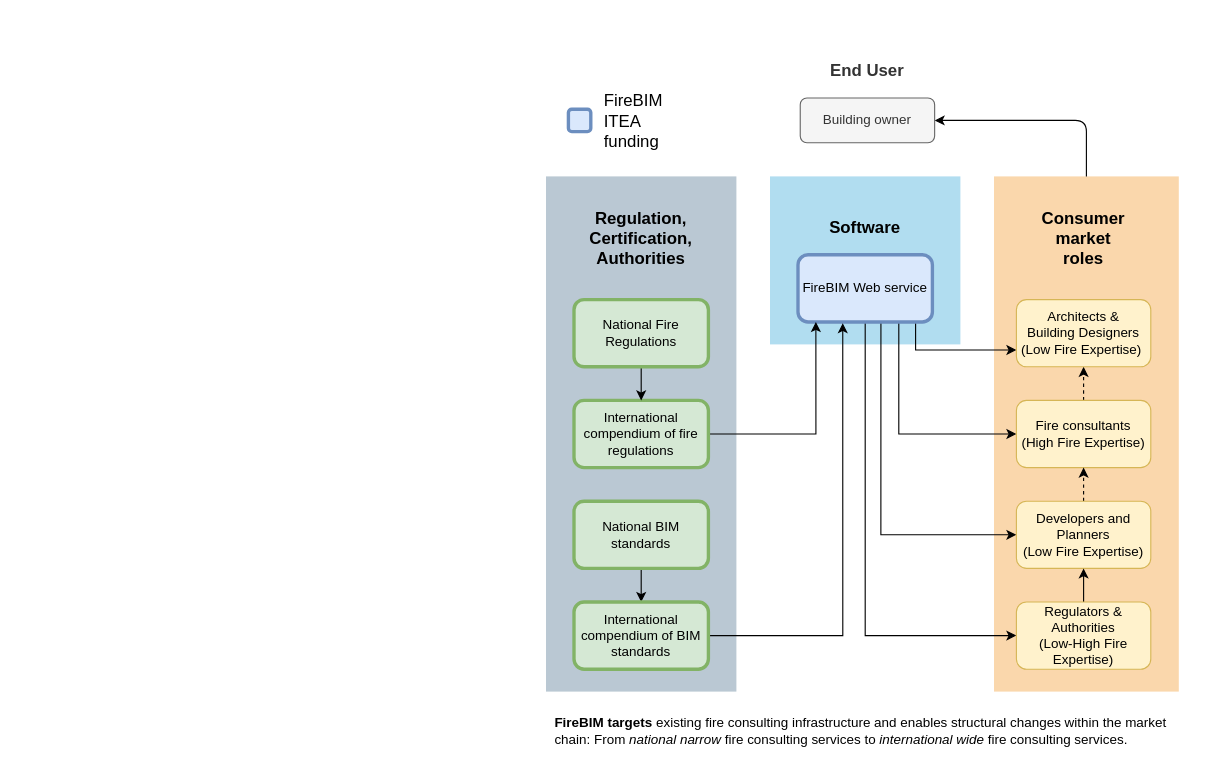
This is diagram/FireBIM Market Value Chain Ultra Lite.drawio from Kristoffernegendahl/fireBIM, a draw.io file, before an edit. Source tidied: cells renumbered, new cells numbered last; positions are measured from the earlier drawing's top-left corner, leaving out a move shared by most shapes. Both pictures are drawn from the tidied source at 112%, with x=0, y=0 at pixel (545, 41).
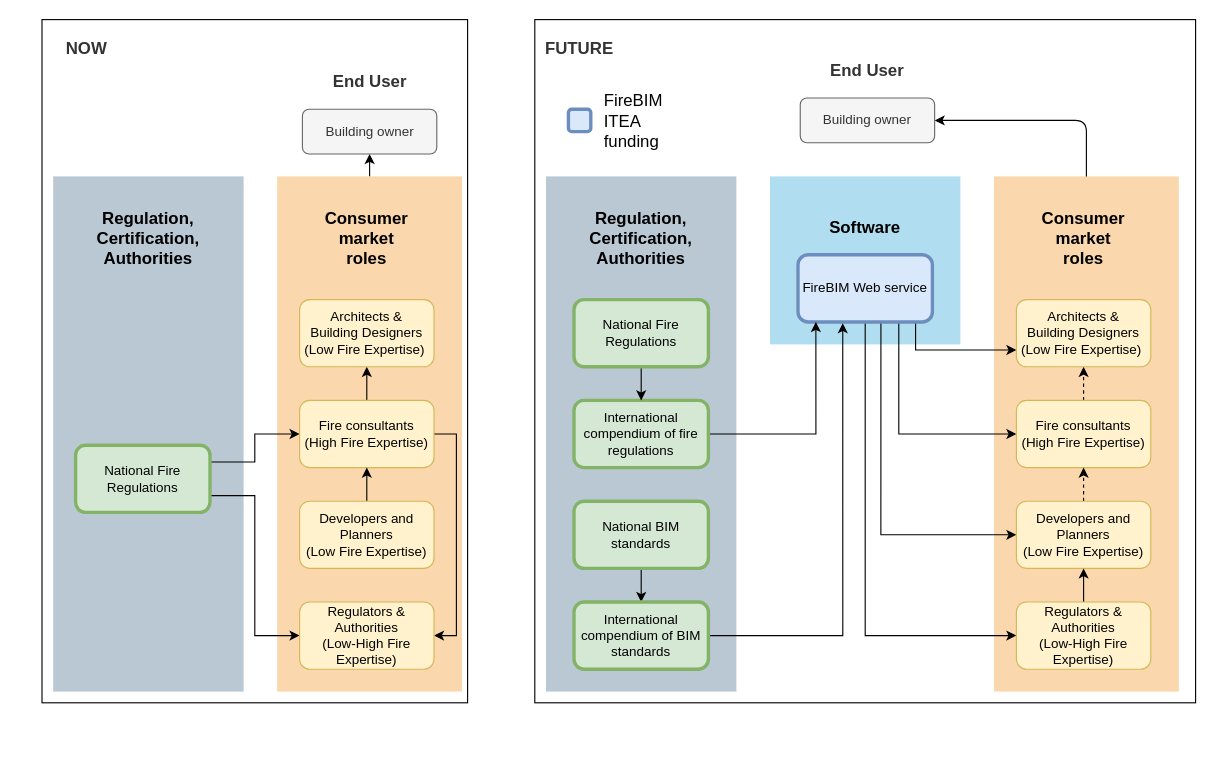
Above is the later version.

Change to the diagram source:
```diff
@@
+    <mxCell id="35" style="rounded=0;whiteSpace=wrap;html=1;" parent="1" vertex="1">
+      <mxGeometry x="-10" y="-20" width="590" height="610" as="geometry" />
+    </mxCell>
+    <mxCell id="36" style="rounded=0;whiteSpace=wrap;html=1;" parent="1" vertex="1">
+      <mxGeometry x="-450" y="-20" width="380" height="610" as="geometry" />
+    </mxCell>
+    <mxCell id="37" style="edgeStyle=orthogonalEdgeStyle;rounded=0;jettySize=auto;html=1;exitX=0.5;exitY=0;exitDx=0;exitDy=0;entryX=0.5;entryY=1;entryDx=0;entryDy=0;" parent="1" edge="1" source="38" target="53">
+      <mxGeometry relative="1" as="geometry" />
+    </mxCell>
+    <mxCell id="38" style="rounded=0;whiteSpace=wrap;html=1;fillColor=#fad7ac;strokeColor=none;" parent="1" vertex="1">
+      <mxGeometry x="-240" y="120" width="165" height="460" as="geometry" />
+    </mxCell>
+    <mxCell id="39" style="rounded=0;whiteSpace=wrap;html=1;fillColor=#bac8d3;strokeColor=none;" parent="1" vertex="1">
+      <mxGeometry x="-440" y="120" width="170" height="460" as="geometry" />
+    </mxCell>
+    <mxCell id="40" value="Regulation, Certification, Authorities" style="rounded=1;whiteSpace=wrap;html=1;arcSize=50;fillColor=none;strokeColor=none;fontStyle=1;fontSize=15;" parent="1" vertex="1">
+      <mxGeometry x="-415" y="150" width="120" height="50" as="geometry" />
+    </mxCell>
+    <mxCell id="41" value="Consumer market&lt;br&gt;roles" style="rounded=1;whiteSpace=wrap;html=1;arcSize=50;fillColor=none;strokeColor=none;fontStyle=1;fontSize=15;" parent="1" vertex="1">
+      <mxGeometry x="-220" y="150" width="120" height="50" as="geometry" />
+    </mxCell>
@@
-    <mxCell id="34" value="&lt;b&gt;FireBIM targets&lt;/b&gt; existing fire consulting infrastructure and enables structural changes within the market chain: From &lt;i style=&quot;font-size: 12px&quot;&gt;national narrow &lt;/i&gt;fire consulting services to &lt;i style=&quot;font-size: 12px&quot;&gt;international wide &lt;/i&gt;fire consulting services. " style="text;html=1;strokeColor=none;fillColor=default;align=left;verticalAlign=middle;whiteSpace=wrap;rounded=0;fontSize=12;" parent="1" vertex="1">
-      <mxGeometry x="5.8" y="597" width="558.5" height="35" as="geometry" />
-    </mxCell>
+    <mxCell id="42" style="edgeStyle=orthogonalEdgeStyle;rounded=0;jettySize=auto;html=1;exitX=1;exitY=0.25;exitDx=0;exitDy=0;entryX=0;entryY=0.5;entryDx=0;entryDy=0;" parent="1" edge="1" source="44" target="47">
+      <mxGeometry relative="1" as="geometry" />
+    </mxCell>
+    <mxCell id="43" style="edgeStyle=orthogonalEdgeStyle;rounded=0;jettySize=auto;html=1;exitX=1;exitY=0.75;exitDx=0;exitDy=0;entryX=0;entryY=0.5;entryDx=0;entryDy=0;" parent="1" edge="1" source="44" target="50">
+      <mxGeometry relative="1" as="geometry" />
+    </mxCell>
+    <mxCell id="44" value="National Fire Regulations" style="rounded=1;whiteSpace=wrap;html=1;fillColor=#d5e8d4;strokeColor=#82b366;strokeWidth=3;" parent="1" vertex="1">
+      <mxGeometry x="-420" y="360" width="120" height="60" as="geometry" />
+    </mxCell>
+    <mxCell id="45" style="edgeStyle=orthogonalEdgeStyle;rounded=0;jettySize=auto;html=1;exitX=1;exitY=0.5;exitDx=0;exitDy=0;entryX=1;entryY=0.5;entryDx=0;entryDy=0;" parent="1" edge="1" source="47" target="50">
+      <mxGeometry relative="1" as="geometry" />
+    </mxCell>
+    <mxCell id="46" style="edgeStyle=orthogonalEdgeStyle;rounded=0;jettySize=auto;html=1;exitX=0.5;exitY=0;exitDx=0;exitDy=0;entryX=0.5;entryY=1;entryDx=0;entryDy=0;" parent="1" edge="1" source="47" target="51">
+      <mxGeometry relative="1" as="geometry" />
+    </mxCell>
+    <mxCell id="47" value="Fire consultants&lt;br&gt;(High Fire&amp;nbsp;Expertise)" style="rounded=1;whiteSpace=wrap;html=1;fillColor=#fff2cc;strokeColor=#d6b656;" parent="1" vertex="1">
+      <mxGeometry x="-220" y="320" width="120" height="60" as="geometry" />
+    </mxCell>
+    <mxCell id="48" style="edgeStyle=orthogonalEdgeStyle;rounded=0;jettySize=auto;html=1;exitX=0.5;exitY=0;exitDx=0;exitDy=0;entryX=0.5;entryY=1;entryDx=0;entryDy=0;" parent="1" edge="1" source="49" target="47">
+      <mxGeometry relative="1" as="geometry" />
+    </mxCell>
+    <mxCell id="49" value="Developers and Planners&lt;br&gt;(Low Fire Expertise)" style="rounded=1;whiteSpace=wrap;html=1;fillColor=#fff2cc;strokeColor=#d6b656;" parent="1" vertex="1">
+      <mxGeometry x="-220" y="410" width="120" height="60" as="geometry" />
+    </mxCell>
+    <mxCell id="50" value="Regulators &amp;amp; Authorities&lt;br&gt;(Low-High Fire Expertise)" style="rounded=1;whiteSpace=wrap;html=1;fillColor=#fff2cc;strokeColor=#d6b656;" parent="1" vertex="1">
+      <mxGeometry x="-220" y="500" width="120" height="60" as="geometry" />
+    </mxCell>
+    <mxCell id="51" value="Architects &amp;amp; &lt;br&gt;Building Designers&lt;br&gt;(Low Fire Expertise)&amp;nbsp;" style="rounded=1;whiteSpace=wrap;html=1;fillColor=#fff2cc;strokeColor=#d6b656;" parent="1" vertex="1">
+      <mxGeometry x="-220" y="230" width="120" height="60" as="geometry" />
+    </mxCell>
+    <mxCell id="52" value="&lt;font style=&quot;font-size: 15px&quot;&gt;End User&lt;/font&gt;" style="rounded=1;whiteSpace=wrap;html=1;arcSize=50;fillColor=none;strokeColor=none;fontColor=#333333;fontStyle=1;" parent="1" vertex="1">
+      <mxGeometry x="-217.5" y="10" width="120" height="50" as="geometry" />
+    </mxCell>
+    <mxCell id="53" value="Building owner" style="rounded=1;whiteSpace=wrap;html=1;fillColor=#f5f5f5;strokeColor=#666666;fontColor=#333333;" parent="1" vertex="1">
+      <mxGeometry x="-217.5" y="60" width="120" height="40" as="geometry" />
+    </mxCell>
+    <mxCell id="54" value="&lt;font style=&quot;font-size: 15px&quot;&gt;NOW&lt;/font&gt;" style="rounded=1;whiteSpace=wrap;html=1;arcSize=50;fillColor=none;strokeColor=none;fontColor=#333333;fontStyle=1;" parent="1" vertex="1">
+      <mxGeometry x="-470" y="-20" width="120" height="50" as="geometry" />
+    </mxCell>
+    <mxCell id="55" value="&lt;font style=&quot;font-size: 15px&quot;&gt;FUTURE&lt;/font&gt;" style="rounded=1;whiteSpace=wrap;html=1;arcSize=50;fillColor=none;strokeColor=none;fontColor=#333333;fontStyle=1;" parent="1" vertex="1">
+      <mxGeometry x="-30" y="-20" width="120" height="50" as="geometry" />
+    </mxCell>
```
